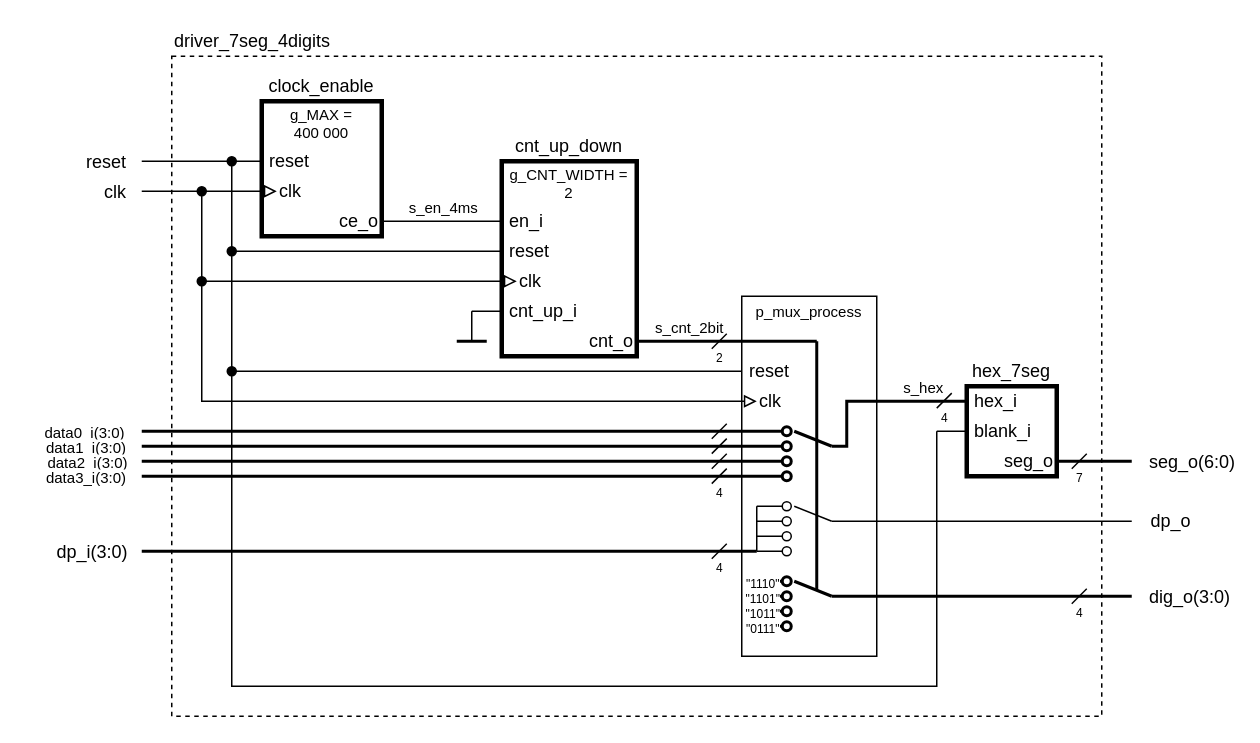
The draw.io diagram labs/07-display_driver/images/lab7_driver.drawio in tomas-fryza/vhdl-course, before the edit. Source tidied: cells renumbered, new cells numbered last; positions are measured from the earlier drawing's top-left corner, leaving out a move shared by most shapes. Both pictures are drawn from the tidied source at 150%, with x=0, y=0 at pixel (141, 26).
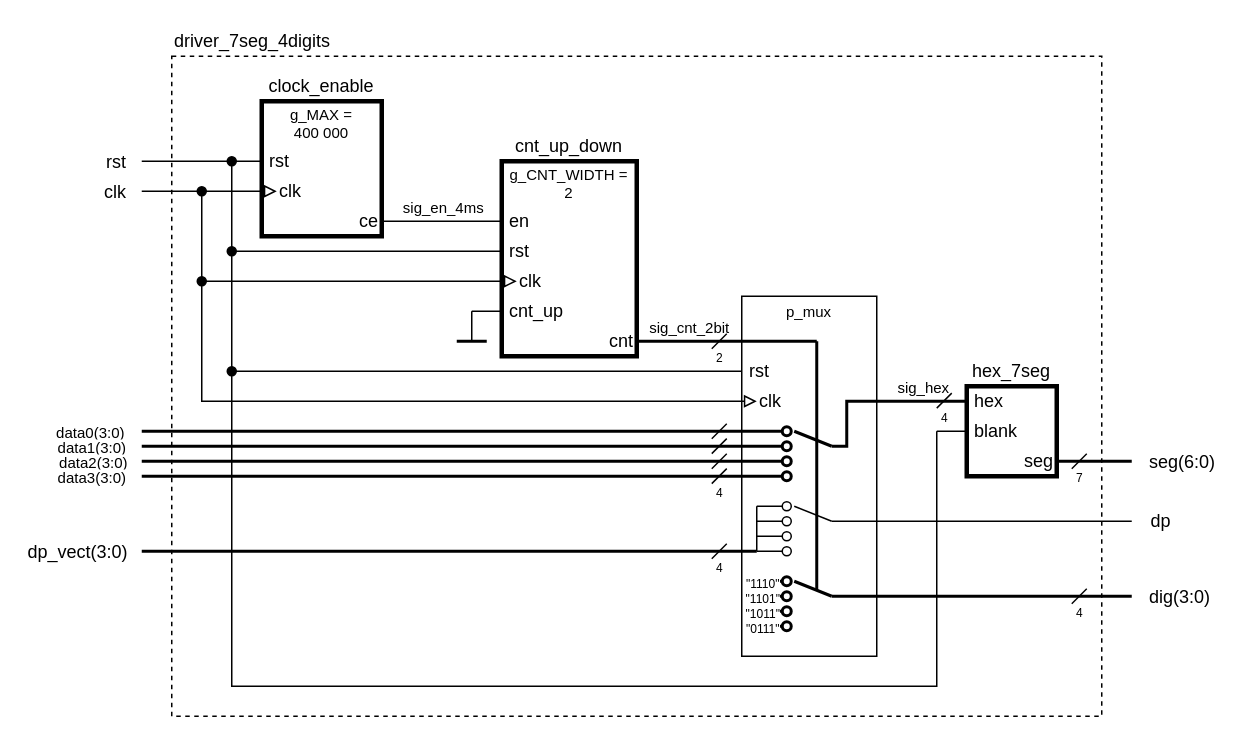
After the change.

The change refers to these unchanged cells:
```xml
<mxCell id="10" style="endArrow=none;html=1;rounded=0;" parent="1" edge="1" target="7">
  <mxGeometry relative="1" as="geometry">
    <mxPoint y="90" as="sourcePoint" />
  </mxGeometry>
</mxCell>
<mxCell id="14" style="endArrow=none;html=1;rounded=0;" parent="1" edge="1" source="9" target="19">
  <mxGeometry relative="1" as="geometry" />
</mxCell>
<mxCell id="34" style="endArrow=none;html=1;rounded=0;fontSize=10;strokeWidth=2;" parent="1" edge="1" source="23">
  <mxGeometry relative="1" as="geometry">
    <mxPoint x="400" y="210" as="targetPoint" />
  </mxGeometry>
</mxCell>
<mxCell id="36" style="endArrow=none;html=1;rounded=0;fontSize=10;strokeWidth=2;" parent="1" edge="1" source="33">
  <mxGeometry relative="1" as="geometry">
    <mxPoint x="660" y="290" as="targetPoint" />
  </mxGeometry>
</mxCell>
<mxCell id="38" style="endArrow=none;html=1;rounded=0;fontSize=10;strokeWidth=2;" parent="1" edge="1">
  <mxGeometry relative="1" as="geometry">
    <mxPoint x="460" y="380" as="sourcePoint" />
    <mxPoint x="660" y="380" as="targetPoint" />
  </mxGeometry>
</mxCell>
<mxCell id="55" style="endArrow=oval;html=1;rounded=0;fontSize=10;fontColor=#FF3333;strokeWidth=2;endFill=0;" parent="1" edge="1">
  <mxGeometry relative="1" as="geometry">
    <mxPoint y="270" as="sourcePoint" />
    <mxPoint x="430" y="270" as="targetPoint" />
  </mxGeometry>
</mxCell>
<mxCell id="57" style="endArrow=oval;html=1;rounded=0;fontSize=10;fontColor=#FF3333;strokeWidth=2;endFill=0;" parent="1" edge="1">
  <mxGeometry relative="1" as="geometry">
    <mxPoint y="280" as="sourcePoint" />
    <mxPoint x="430" y="280" as="targetPoint" />
  </mxGeometry>
</mxCell>
<mxCell id="59" style="endArrow=oval;html=1;rounded=0;fontSize=10;fontColor=#FF3333;strokeWidth=2;endFill=0;" parent="1" edge="1">
  <mxGeometry relative="1" as="geometry">
    <mxPoint y="290" as="sourcePoint" />
    <mxPoint x="430" y="290" as="targetPoint" />
  </mxGeometry>
</mxCell>
<mxCell id="61" style="endArrow=oval;html=1;rounded=0;fontSize=10;fontColor=#FF3333;strokeWidth=2;endFill=0;" parent="1" edge="1">
  <mxGeometry relative="1" as="geometry">
    <mxPoint y="300" as="sourcePoint" />
    <mxPoint x="430" y="300" as="targetPoint" />
  </mxGeometry>
</mxCell>
<mxCell id="63" style="endArrow=none;html=1;rounded=0;fontSize=10;fontColor=#FF3333;strokeWidth=2;entryX=0;entryY=0.5;entryDx=0;entryDy=0;" parent="1" edge="1" target="31">
  <mxGeometry relative="1" as="geometry">
    <mxPoint x="460" y="280" as="sourcePoint" />
    <Array as="points">
      <mxPoint x="470" y="280" />
      <mxPoint x="470" y="250" />
    </Array>
  </mxGeometry>
</mxCell>
<mxCell id="69" style="endArrow=none;html=1;rounded=0;fontSize=10;fontColor=#FF3333;strokeWidth=2;endFill=0;" parent="1" edge="1">
  <mxGeometry relative="1" as="geometry">
    <mxPoint y="350" as="sourcePoint" />
    <mxPoint x="410" y="350" as="targetPoint" />
  </mxGeometry>
</mxCell>
<mxCell id="83" style="endArrow=none;html=1;rounded=0;fontSize=10;fontColor=#FF3333;strokeWidth=1;" parent="1" edge="1">
  <mxGeometry relative="1" as="geometry">
    <mxPoint x="460" y="330" as="sourcePoint" />
    <mxPoint x="660" y="330" as="targetPoint" />
  </mxGeometry>
</mxCell>
```

What changed in the source:
```diff
@@
-    <mxCell id="7" value="&lt;div&gt;&amp;nbsp;reset&lt;/div&gt;" style="text;html=1;strokeColor=none;fillColor=none;align=left;verticalAlign=middle;whiteSpace=wrap;rounded=0;" parent="1" vertex="1">
+    <mxCell id="7" value="&lt;div&gt;&amp;nbsp;rst&lt;/div&gt;" style="text;html=1;strokeColor=none;fillColor=none;align=left;verticalAlign=middle;whiteSpace=wrap;rounded=0;" parent="1" vertex="1">
       <mxGeometry x="80" y="80" width="70" height="20" as="geometry" />
     </mxCell>
@@
-    <mxCell id="9" value="ce_o" style="text;html=1;strokeColor=none;fillColor=none;align=right;verticalAlign=middle;whiteSpace=wrap;rounded=0;" parent="1" vertex="1">
+    <mxCell id="9" value="ce" style="text;html=1;strokeColor=none;fillColor=none;align=right;verticalAlign=middle;whiteSpace=wrap;rounded=0;" parent="1" vertex="1">
       <mxGeometry x="100" y="120" width="60" height="20" as="geometry" />
     </mxCell>
@@
-    <mxCell id="11" value="reset" style="edgeLabel;html=1;align=right;verticalAlign=middle;fontSize=12;" parent="10" vertex="1">
+    <mxCell id="11" value="rst" style="edgeLabel;html=1;align=right;verticalAlign=middle;fontSize=12;" parent="10" vertex="1">
       <mxGeometry x="-0.83" relative="1" as="geometry">
         <mxPoint x="-17" as="offset" />
       </mxGeometry>
     </mxCell>
@@
-    <mxCell id="15" value="s_en_4ms" style="edgeLabel;html=1;align=center;verticalAlign=middle;fontSize=10;" parent="14" vertex="1">
+    <mxCell id="15" value="sig_en_4ms" style="edgeLabel;html=1;align=center;verticalAlign=middle;fontSize=10;" parent="14" vertex="1">
       <mxGeometry x="0.34" relative="1" as="geometry">
         <mxPoint x="-14" y="-10" as="offset" />
       </mxGeometry>
     </mxCell>
@@
-    <mxCell id="19" value="&amp;nbsp;en_i" style="text;html=1;strokeColor=none;fillColor=none;align=left;verticalAlign=middle;whiteSpace=wrap;rounded=0;" parent="1" vertex="1">
+    <mxCell id="19" value="&amp;nbsp;en" style="text;html=1;strokeColor=none;fillColor=none;align=left;verticalAlign=middle;whiteSpace=wrap;rounded=0;" parent="1" vertex="1">
       <mxGeometry x="240" y="120" width="70" height="20" as="geometry" />
     </mxCell>
-    <mxCell id="20" value="&amp;nbsp;reset" style="text;html=1;strokeColor=none;fillColor=none;align=left;verticalAlign=middle;whiteSpace=wrap;rounded=0;" parent="1" vertex="1">
+    <mxCell id="20" value="&amp;nbsp;rst" style="text;html=1;strokeColor=none;fillColor=none;align=left;verticalAlign=middle;whiteSpace=wrap;rounded=0;" parent="1" vertex="1">
       <mxGeometry x="240" y="140" width="70" height="20" as="geometry" />
     </mxCell>
@@
-    <mxCell id="22" value="&amp;nbsp;cnt_up_i" style="text;html=1;strokeColor=none;fillColor=none;align=left;verticalAlign=middle;whiteSpace=wrap;rounded=0;" parent="1" vertex="1">
+    <mxCell id="22" value="&amp;nbsp;cnt_up" style="text;html=1;strokeColor=none;fillColor=none;align=left;verticalAlign=middle;whiteSpace=wrap;rounded=0;" parent="1" vertex="1">
       <mxGeometry x="240" y="180" width="70" height="20" as="geometry" />
     </mxCell>
-    <mxCell id="23" value="cnt_o" style="text;html=1;strokeColor=none;fillColor=none;align=right;verticalAlign=middle;whiteSpace=wrap;rounded=0;" parent="1" vertex="1">
+    <mxCell id="23" value="cnt" style="text;html=1;strokeColor=none;fillColor=none;align=right;verticalAlign=middle;whiteSpace=wrap;rounded=0;" parent="1" vertex="1">
       <mxGeometry x="270" y="200" width="60" height="20" as="geometry" />
     </mxCell>
@@
-    <mxCell id="31" value="&amp;nbsp;hex_i" style="text;html=1;strokeColor=none;fillColor=none;align=left;verticalAlign=middle;whiteSpace=wrap;rounded=0;" parent="1" vertex="1">
+    <mxCell id="31" value="&amp;nbsp;hex" style="text;html=1;strokeColor=none;fillColor=none;align=left;verticalAlign=middle;whiteSpace=wrap;rounded=0;" parent="1" vertex="1">
       <mxGeometry x="550" y="240" width="70" height="20" as="geometry" />
     </mxCell>
-    <mxCell id="32" value="&amp;nbsp;blank_i" style="text;html=1;strokeColor=none;fillColor=none;align=left;verticalAlign=middle;whiteSpace=wrap;rounded=0;" parent="1" vertex="1">
+    <mxCell id="32" value="&amp;nbsp;blank" style="text;html=1;strokeColor=none;fillColor=none;align=left;verticalAlign=middle;whiteSpace=wrap;rounded=0;" parent="1" vertex="1">
       <mxGeometry x="550" y="260" width="70" height="20" as="geometry" />
     </mxCell>
-    <mxCell id="33" value="seg_o" style="text;html=1;strokeColor=none;fillColor=none;align=right;verticalAlign=middle;whiteSpace=wrap;rounded=0;" parent="1" vertex="1">
+    <mxCell id="33" value="seg" style="text;html=1;strokeColor=none;fillColor=none;align=right;verticalAlign=middle;whiteSpace=wrap;rounded=0;" parent="1" vertex="1">
       <mxGeometry x="560" y="280" width="50" height="20" as="geometry" />
     </mxCell>
@@
-    <mxCell id="35" value="s_cnt_2bit" style="edgeLabel;html=1;align=center;verticalAlign=middle;fontSize=10;" parent="34" vertex="1">
+    <mxCell id="35" value="sig_cnt_2bit" style="edgeLabel;html=1;align=center;verticalAlign=middle;fontSize=10;" parent="34" vertex="1">
       <mxGeometry x="0.2" relative="1" as="geometry">
         <mxPoint x="-8" y="-10" as="offset" />
       </mxGeometry>
     </mxCell>
@@
-    <mxCell id="37" value="seg_o(6:0)" style="edgeLabel;html=1;align=left;verticalAlign=middle;fontSize=12;" parent="36" vertex="1">
+    <mxCell id="37" value="seg(6:0)" style="edgeLabel;html=1;align=left;verticalAlign=middle;fontSize=12;" parent="36" vertex="1">
       <mxGeometry x="0.49" y="1" relative="1" as="geometry">
         <mxPoint x="23" y="1" as="offset" />
       </mxGeometry>
     </mxCell>
@@
-    <mxCell id="39" value="dig_o(3:0)" style="edgeLabel;html=1;align=left;verticalAlign=middle;fontSize=12;" parent="38" vertex="1">
+    <mxCell id="39" value="dig(3:0)" style="edgeLabel;html=1;align=left;verticalAlign=middle;fontSize=12;" parent="38" vertex="1">
       <mxGeometry x="0.79" y="3" relative="1" as="geometry">
         <mxPoint x="31" y="3" as="offset" />
       </mxGeometry>
     </mxCell>
@@
-    <mxCell id="49" value="p_mux_process" style="text;html=1;strokeColor=none;fillColor=none;align=center;verticalAlign=middle;whiteSpace=wrap;rounded=0;fontSize=10;" parent="1" vertex="1">
+    <mxCell id="49" value="p_mux" style="text;html=1;strokeColor=none;fillColor=none;align=center;verticalAlign=middle;whiteSpace=wrap;rounded=0;fontSize=10;" parent="1" vertex="1">
       <mxGeometry x="400" y="180" width="90" height="20" as="geometry" />
     </mxCell>
@@
-    <mxCell id="51" value="&amp;nbsp;reset" style="text;html=1;strokeColor=none;fillColor=none;align=left;verticalAlign=middle;whiteSpace=wrap;rounded=0;" parent="1" vertex="1">
+    <mxCell id="51" value="&amp;nbsp;rst" style="text;html=1;strokeColor=none;fillColor=none;align=left;verticalAlign=middle;whiteSpace=wrap;rounded=0;" parent="1" vertex="1">
       <mxGeometry x="400" y="220" width="70" height="20" as="geometry" />
     </mxCell>
@@
-    <mxCell id="56" value="data0_i(3:0)" style="edgeLabel;html=1;align=right;verticalAlign=middle;fontSize=10;" parent="55" vertex="1">
+    <mxCell id="56" value="data0(3:0)" style="edgeLabel;html=1;align=right;verticalAlign=middle;fontSize=10;" parent="55" vertex="1">
       <mxGeometry x="-0.98" relative="1" as="geometry">
         <mxPoint x="-15" as="offset" />
       </mxGeometry>
     </mxCell>
@@
-    <mxCell id="58" value="data1_i(3:0)" style="edgeLabel;html=1;align=right;verticalAlign=middle;fontSize=10;" parent="57" vertex="1">
+    <mxCell id="58" value="data1(3:0)" style="edgeLabel;html=1;align=right;verticalAlign=middle;fontSize=10;" parent="57" vertex="1">
       <mxGeometry x="-0.96" y="1" relative="1" as="geometry">
         <mxPoint x="-19" y="1" as="offset" />
       </mxGeometry>
     </mxCell>
@@
-    <mxCell id="60" value="data2_i(3:0)" style="edgeLabel;html=1;align=right;verticalAlign=middle;fontSize=10;" parent="59" vertex="1">
+    <mxCell id="60" value="data2(3:0)" style="edgeLabel;html=1;align=right;verticalAlign=middle;fontSize=10;" parent="59" vertex="1">
       <mxGeometry x="-0.95" relative="1" as="geometry">
         <mxPoint x="-20" as="offset" />
       </mxGeometry>
     </mxCell>
@@
-    <mxCell id="62" value="data3_i(3:0)" style="edgeLabel;html=1;align=right;verticalAlign=middle;fontSize=10;" parent="61" vertex="1">
+    <mxCell id="62" value="data3(3:0)" style="edgeLabel;html=1;align=right;verticalAlign=middle;fontSize=10;" parent="61" vertex="1">
       <mxGeometry x="-0.95" y="1" relative="1" as="geometry">
         <mxPoint x="-21" y="1" as="offset" />
       </mxGeometry>
     </mxCell>
@@
-    <mxCell id="64" value="s_hex" style="edgeLabel;html=1;align=center;verticalAlign=middle;fontSize=10;fontColor=#000000;" parent="63" vertex="1">
+    <mxCell id="64" value="sig_hex" style="edgeLabel;html=1;align=center;verticalAlign=middle;fontSize=10;fontColor=#000000;" parent="63" vertex="1">
       <mxGeometry x="0.43" y="1" relative="1" as="geometry">
         <mxPoint x="4" y="-9" as="offset" />
       </mxGeometry>
     </mxCell>
@@
-    <mxCell id="70" value="dp_i(3:0)" style="edgeLabel;html=1;align=right;verticalAlign=middle;fontSize=12;" parent="69" vertex="1">
+    <mxCell id="70" value="dp_vect(3:0)" style="edgeLabel;html=1;align=right;verticalAlign=middle;fontSize=12;" parent="69" vertex="1">
       <mxGeometry x="-0.96" relative="1" as="geometry">
         <mxPoint x="-17" as="offset" />
       </mxGeometry>
     </mxCell>
@@
-    <mxCell id="84" value="dp_o" style="edgeLabel;html=1;align=left;verticalAlign=middle;fontSize=12;" parent="83" vertex="1">
+    <mxCell id="84" value="dp" style="edgeLabel;html=1;align=left;verticalAlign=middle;fontSize=12;" parent="83" vertex="1">
       <mxGeometry x="0.82" y="1" relative="1" as="geometry">
         <mxPoint x="29" as="offset" />
       </mxGeometry>
     </mxCell>
```
